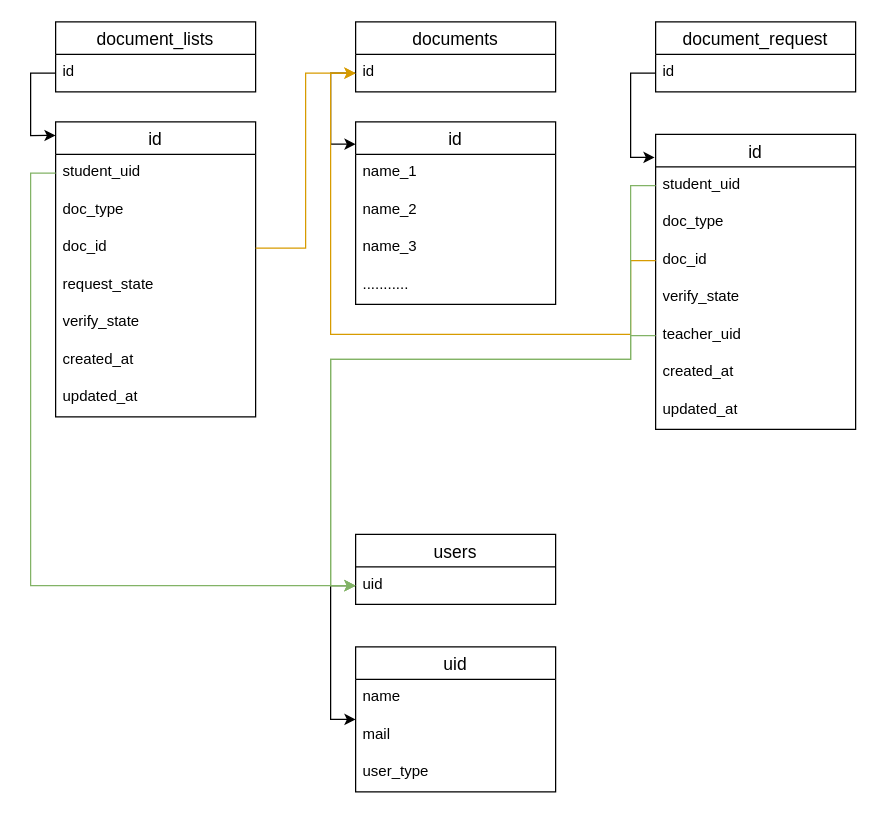
shadows90123/react-f keeps this draw.io diagram as project_boss.drawio. Above is the earlier version. Source tidied: cells renumbered, new cells numbered last; positions are measured from the earlier drawing's top-left corner, leaving out a move shared by most shapes. Both pictures are drawn from the tidied source at 125%, with x=0, y=0 at pixel (30, 21).
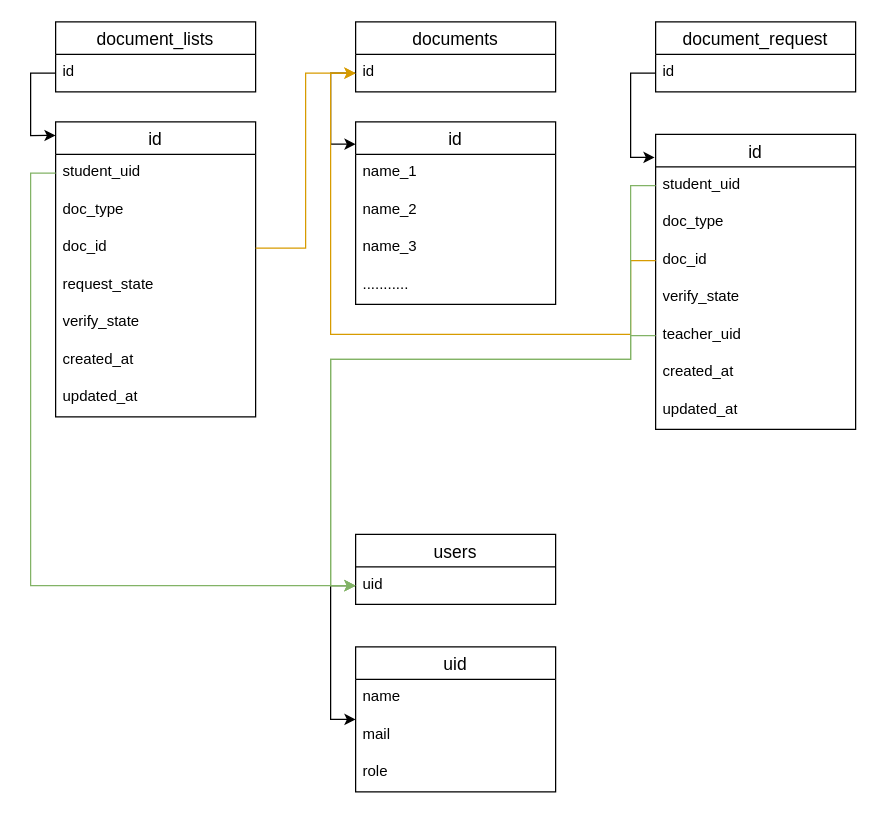
Above is the later version.

Unchanged cells that the change refers to:
```xml
<mxCell id="34" value="uid" style="swimlane;fontStyle=0;horizontal=1;startSize=26;align=center;fontSize=14;" parent="1" vertex="1">
  <mxGeometry x="260" y="500" width="160" height="116" as="geometry" />
</mxCell>
```

Diff of the diagram source:
```diff
@@
-    <mxCell id="37" value="user_type" style="text;strokeColor=none;fillColor=none;spacingLeft=4;spacingRight=4;overflow=hidden;fontSize=12;whiteSpace=wrap;html=1;" parent="34" vertex="1">
+    <mxCell id="37" value="role" style="text;strokeColor=none;fillColor=none;spacingLeft=4;spacingRight=4;overflow=hidden;fontSize=12;whiteSpace=wrap;html=1;" parent="34" vertex="1">
       <mxGeometry y="86" width="160" height="30" as="geometry" />
     </mxCell>
```
